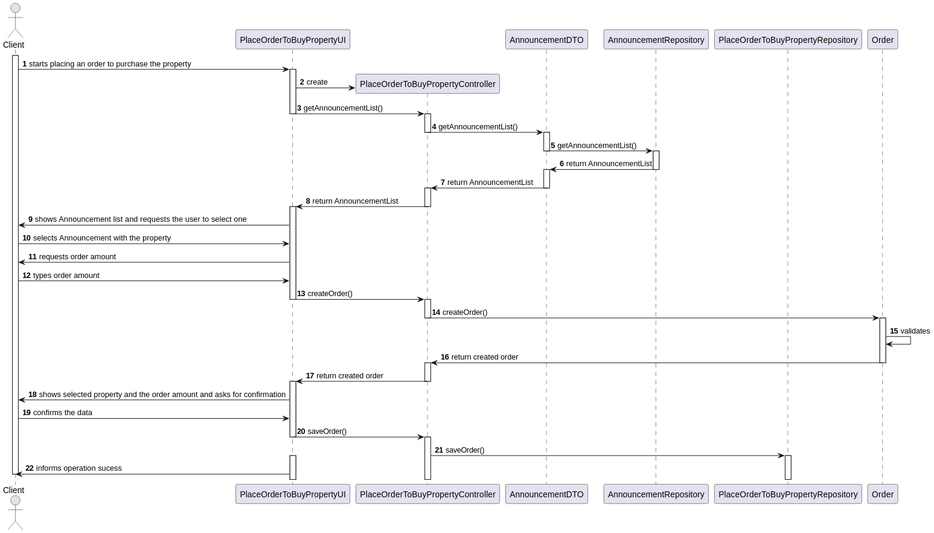
tiagohcorreia/LAPR2 keeps this PlantUML diagram as docs/sprintC/US010/03.design/svg/SD.svg. Above is the earlier version. The source it was exported from:
```plantuml
@startuml
autonumber

actor Client as client
participant PlaceOrderToBuyPropertyUI as ui
participant PlaceOrderToBuyPropertyController as ctr
participant AnnouncementDTO
participant AnnouncementRepository
participant PlaceOrderToBuyPropertyRepository
participant Order as order

autonumber

activate client

client -> ui: starts placing an order to purchase the property

activate ui

ui -> ctr** : create

ui -> ctr: getAnnouncementList()

deactivate ui

activate ctr

ctr -> AnnouncementDTO: getAnnouncementList()

deactivate ctr

activate AnnouncementDTO

AnnouncementDTO -> AnnouncementRepository: getAnnouncementList()

deactivate AnnouncementDTO

activate AnnouncementRepository

AnnouncementRepository -> AnnouncementDTO: return AnnouncementList

deactivate AnnouncementRepository

activate AnnouncementDTO

AnnouncementDTO -> ctr:  return AnnouncementList

deactivate AnnouncementDTO

activate ctr

ctr -> ui: return AnnouncementList

deactivate ctr

activate ui

ui -> client: shows Announcement list and requests the user to select one

client -> ui: selects Announcement with the property

ui -> client: requests order amount

client -> ui: types order amount

ui -> ctr: createOrder()

deactivate ui

activate ctr

ctr -> order: createOrder()

deactivate ctr

activate order

order -> order: validates

order -> ctr: return created order

deactivate order

activate ctr

ctr -> ui: return created order

deactivate ctr

activate ui

ui -> client: shows selected property and the order amount and asks for confirmation

client -> ui: confirms the data

ui -> ctr: saveOrder()

deactivate ui

activate ctr

ctr -> PlaceOrderToBuyPropertyRepository: saveOrder()

activate PlaceOrderToBuyPropertyRepository

activate ui

ui -> client: informs operation sucess


deactivate client
@enduml
```
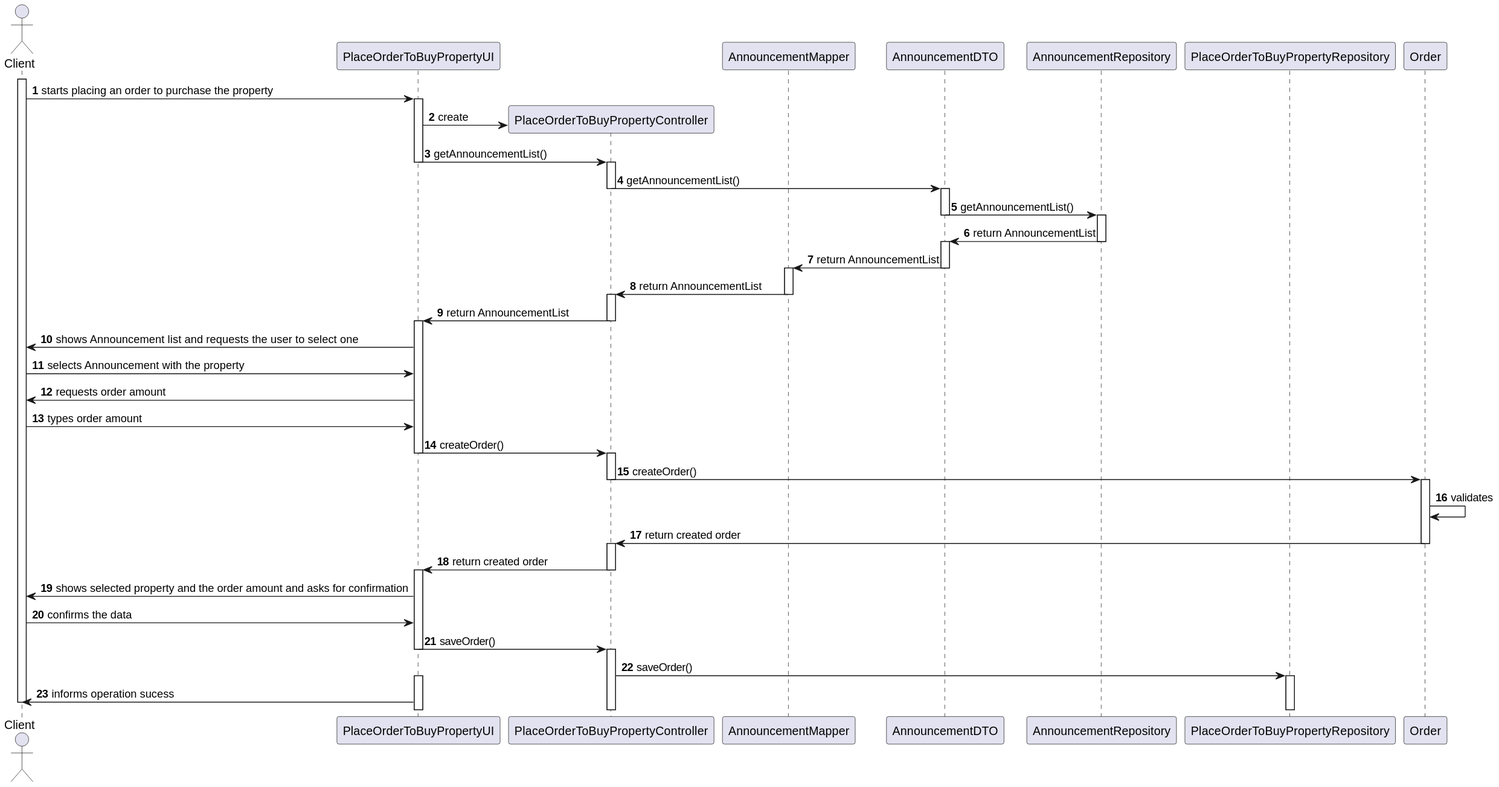
The same diagram one commit later.

Commit message:
US010 - Class and Sequence diagrams updated

Diff of the diagram source:
```diff
@@ -4,6 +4,7 @@
 actor Client as client
 participant PlaceOrderToBuyPropertyUI as ui
 participant PlaceOrderToBuyPropertyController as ctr
+participant AnnouncementMapper
 participant AnnouncementDTO
 participant AnnouncementRepository
 participant PlaceOrderToBuyPropertyRepository
@@ -43,9 +44,15 @@
 
 activate AnnouncementDTO
 
-AnnouncementDTO -> ctr:  return AnnouncementList
+AnnouncementDTO -> AnnouncementMapper: return AnnouncementList
 
 deactivate AnnouncementDTO
+
+activate AnnouncementMapper
+
+AnnouncementMapper -> ctr:  return AnnouncementList
+
+deactivate AnnouncementMapper
 
 activate ctr
 
```
